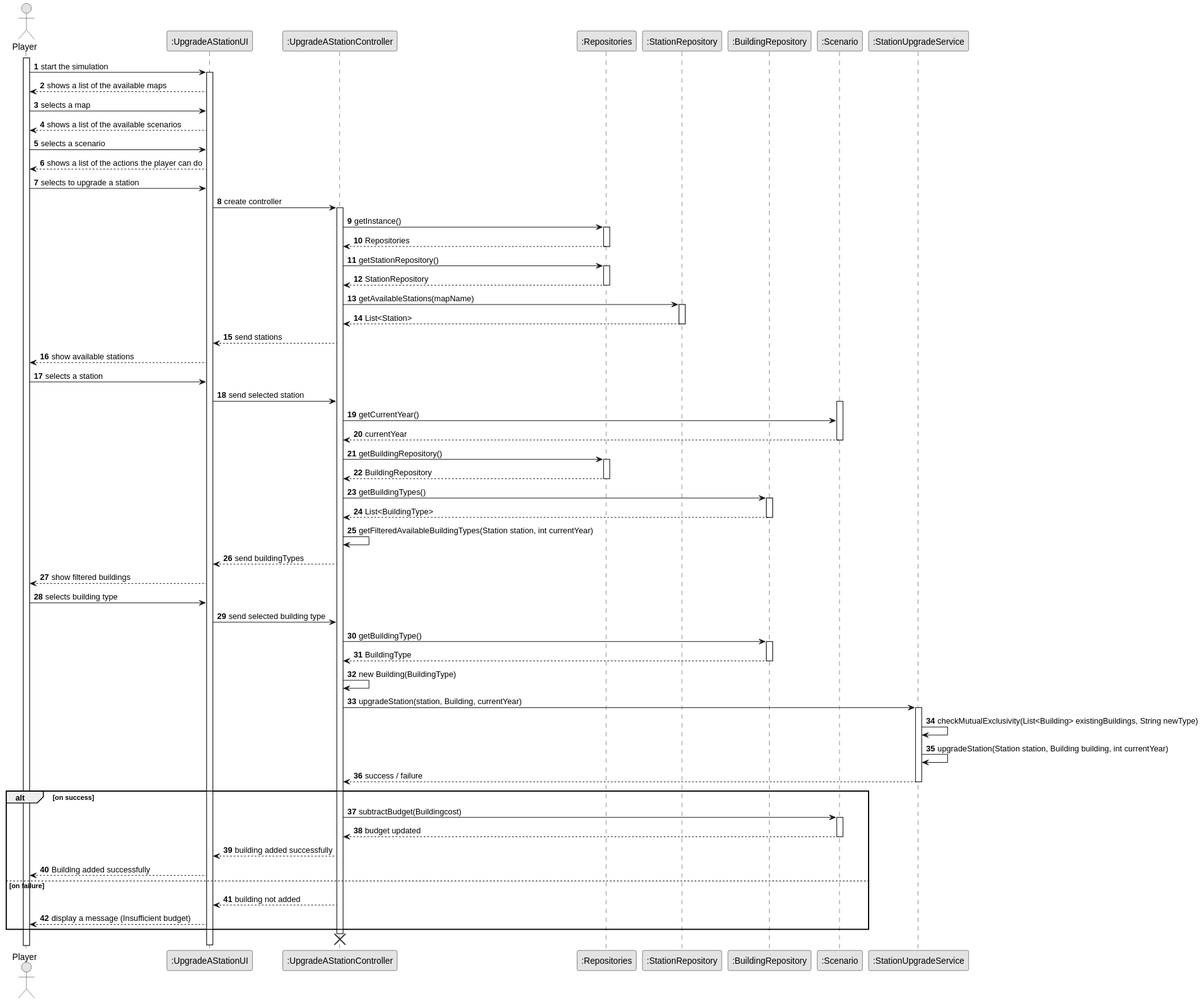
Above: docs/sprint3/us006/03.design/svg/us006-sequence-diagram-full.svg in ivasduarte/all-aboard (PlantUML), before the change.
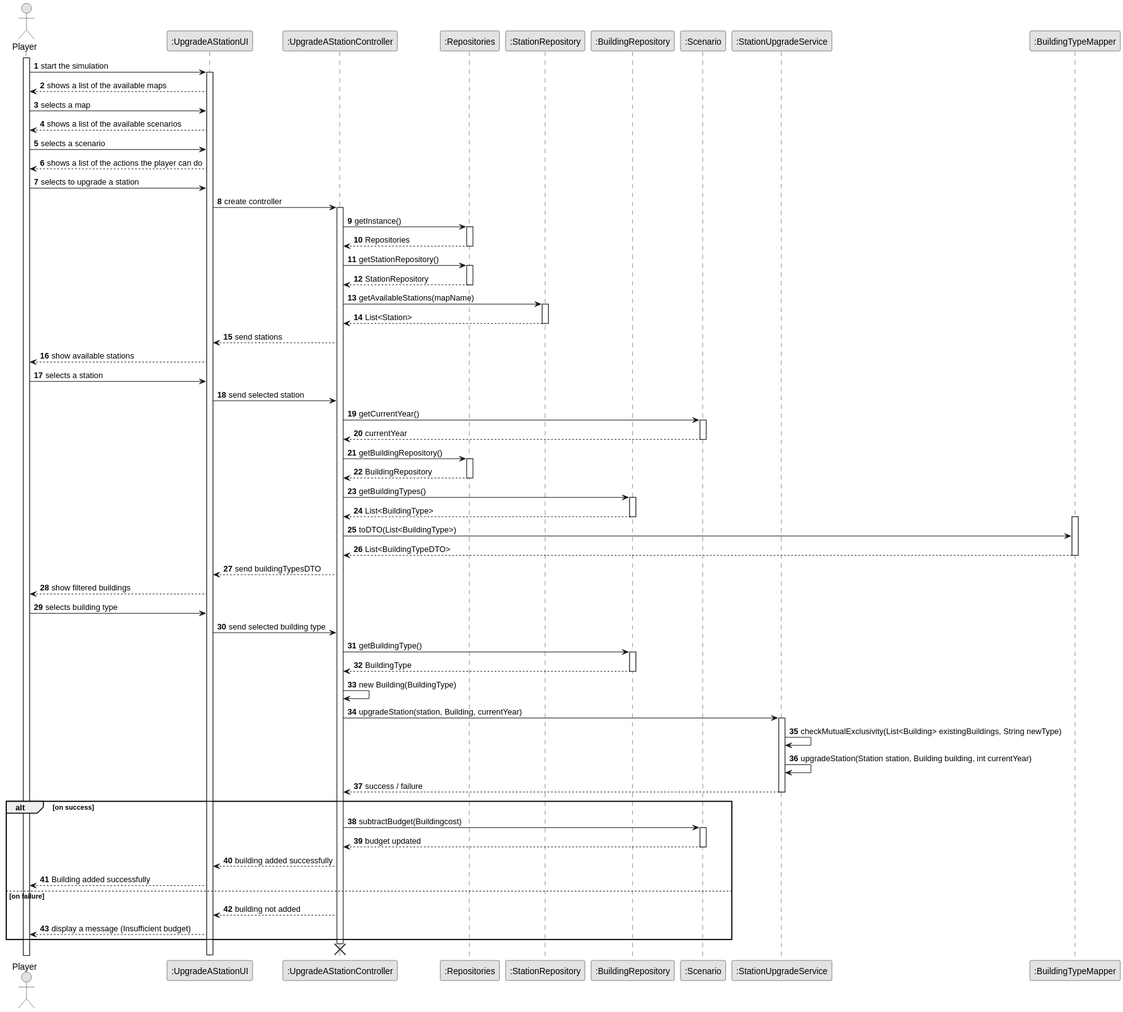
Later version of the same file.

Diff of the diagram source:
```diff
@@ -13,6 +13,7 @@
 participant ":BuildingRepository" as Building_REPO
 participant ":Scenario" as Scenario
 participant ":StationUpgradeService" as Service
+participant ":BuildingTypeMapper" as Mapper
 
 activate Player
 
@@ -49,10 +50,12 @@
 Player -> UI : selects a station
 
 UI -> CTRL: send selected station
+CTRL -> Scenario: getCurrentYear()
 activate Scenario
-CTRL -> Scenario: getCurrentYear()
+
 Scenario --> CTRL : currentYear
 deactivate Scenario
+
 
 CTRL -> Repos : getBuildingRepository()
 activate Repos
@@ -63,8 +66,12 @@
 activate Building_REPO
 Building_REPO --> CTRL : List<BuildingType>
 deactivate Building_REPO
-CTRL -> CTRL : getFilteredAvailableBuildingTypes(Station station, int currentYear)
-CTRL --> UI : send buildingTypes
+activate Mapper
+CTRL -> Mapper : toDTO(List<BuildingType>)
+Mapper --> CTRL : List<BuildingTypeDTO>
+deactivate Mapper
+CTRL --> UI : send buildingTypesDTO
+
 
 UI --> Player : show filtered buildings
 Player -> UI : selects building type
```
